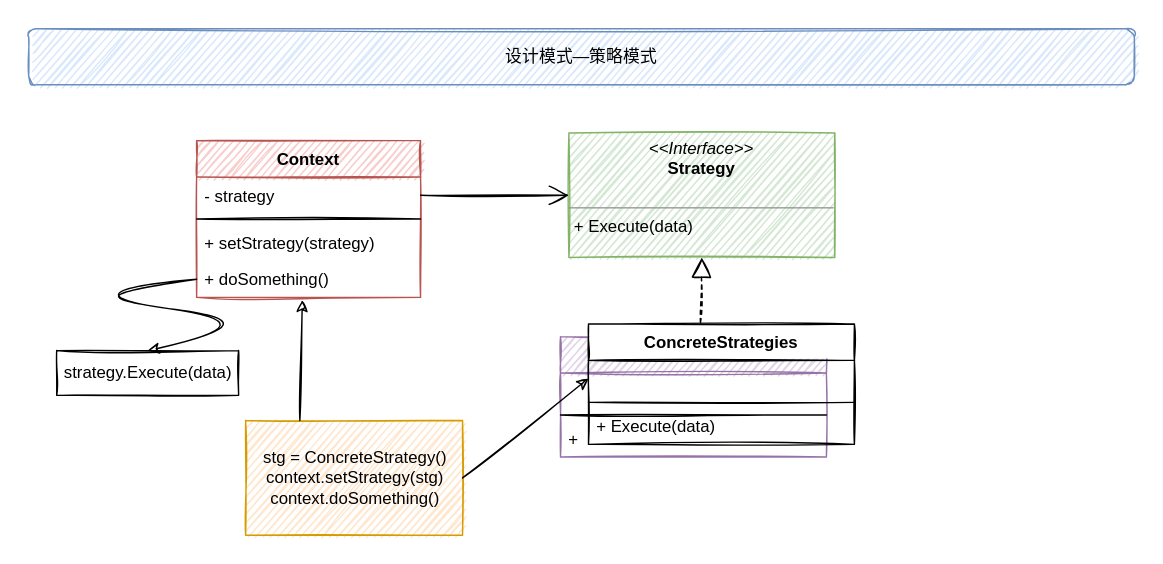
Earlier version of the draw.io export 14-设计模式/images/desginStrategy.svg (cd-home/Root). Source tidied: cells renumbered, new cells last; positions are measured from the earlier drawing's top-left corner, leaving out a move shared by most shapes. The source it was exported from:
```xml
<mxGraphModel>
  <root>
    <mxCell id="0" />
    <mxCell id="1" parent="0" />
    <mxCell id="2" value="设计模式—策略模式" style="rounded=1;whiteSpace=wrap;html=1;fillColor=#dae8fc;strokeColor=#6c8ebf;sketch=1;" parent="1" vertex="1">
      <mxGeometry width="790" height="40" as="geometry" />
    </mxCell>
    <mxCell id="3" value="Context" style="swimlane;fontStyle=1;align=center;verticalAlign=top;horizontal=1;startSize=26;sketch=1;fillColor=#f8cecc;strokeColor=#b85450;" parent="1" vertex="1">
      <mxGeometry x="120" y="80" width="160" height="112" as="geometry" />
    </mxCell>
    <mxCell id="4" value="- strategy" style="text;strokeColor=none;fillColor=none;align=left;verticalAlign=top;spacingLeft=4;spacingRight=4;overflow=hidden;points=[[0,0.5],[1,0.5]];portConstraint=eastwest;sketch=1;" parent="3" vertex="1">
      <mxGeometry y="26" width="160" height="26" as="geometry" />
    </mxCell>
    <mxCell id="5" style="line;strokeWidth=1;fillColor=none;align=left;verticalAlign=middle;spacingTop=-1;spacingLeft=3;spacingRight=3;labelPosition=right;sketch=1;" parent="3" vertex="1">
      <mxGeometry y="52" width="160" height="8" as="geometry" />
    </mxCell>
    <mxCell id="6" value="+ setStrategy(strategy)" style="text;strokeColor=none;fillColor=none;align=left;verticalAlign=top;spacingLeft=4;spacingRight=4;overflow=hidden;sketch=1;" parent="3" vertex="1">
      <mxGeometry y="60" width="160" height="26" as="geometry" />
    </mxCell>
    <mxCell id="7" value="+ doSomething()" style="text;strokeColor=none;fillColor=none;align=left;verticalAlign=top;spacingLeft=4;spacingRight=4;overflow=hidden;points=[[0,0.5],[1,0.5]];portConstraint=eastwest;sketch=1;" parent="3" vertex="1">
      <mxGeometry y="86" width="160" height="26" as="geometry" />
    </mxCell>
    <mxCell id="8" value="&lt;p style=&quot;margin: 0px ; margin-top: 4px ; text-align: center&quot;&gt;&lt;i&gt;&amp;lt;&amp;lt;Interface&amp;gt;&amp;gt;&lt;/i&gt;&lt;br&gt;&lt;b&gt;Strategy&lt;/b&gt;&lt;/p&gt;&lt;p style=&quot;margin: 0px ; margin-left: 4px&quot;&gt;&lt;br&gt;&lt;/p&gt;&lt;hr size=&quot;1&quot;&gt;&lt;p style=&quot;margin: 0px ; margin-left: 4px&quot;&gt;+ Execute(data)&lt;br&gt;&lt;/p&gt;" style="verticalAlign=top;align=left;overflow=fill;fontSize=12;fontFamily=Helvetica;html=1;sketch=1;fillColor=#d5e8d4;strokeColor=#82b366;" parent="1" vertex="1">
      <mxGeometry x="386" y="74.5" width="190" height="89" as="geometry" />
    </mxCell>
    <mxCell id="9" style="endArrow=open;endFill=1;endSize=12;html=1;rounded=0;exitX=1;exitY=0.5;exitDx=0;exitDy=0;entryX=0;entryY=0.5;entryDx=0;entryDy=0;sketch=1;" parent="1" edge="1" source="4" target="8">
      <mxGeometry relative="1" as="geometry" />
    </mxCell>
    <mxCell id="10" style="swimlane;fontStyle=1;align=center;verticalAlign=top;horizontal=1;startSize=26;sketch=1;fillColor=#e1d5e7;strokeColor=#9673a6;" parent="1" vertex="1">
      <mxGeometry x="380" y="220" width="190" height="86" as="geometry" />
    </mxCell>
    <mxCell id="11" value=" " style="text;strokeColor=none;fillColor=none;align=left;verticalAlign=top;spacingLeft=4;spacingRight=4;overflow=hidden;sketch=1;" parent="10" vertex="1">
      <mxGeometry y="26" width="190" height="26" as="geometry" />
    </mxCell>
    <mxCell id="12" style="line;strokeWidth=1;fillColor=none;align=left;verticalAlign=middle;spacingTop=-1;spacingLeft=3;spacingRight=3;labelPosition=right;sketch=1;" parent="10" vertex="1">
      <mxGeometry y="52" width="190" height="8" as="geometry" />
    </mxCell>
    <mxCell id="13" value="+ " style="text;strokeColor=none;fillColor=none;align=left;verticalAlign=top;spacingLeft=4;spacingRight=4;overflow=hidden;sketch=1;" parent="10" vertex="1">
      <mxGeometry y="60" width="190" height="26" as="geometry" />
    </mxCell>
    <mxCell id="14" value="ConcreteStrategies" style="swimlane;fontStyle=1;align=center;verticalAlign=top;horizontal=1;startSize=26;sketch=1;" parent="1" vertex="1">
      <mxGeometry x="400" y="211" width="190" height="86" as="geometry" />
    </mxCell>
    <mxCell id="15" value=" " style="text;strokeColor=none;fillColor=none;align=left;verticalAlign=top;spacingLeft=4;spacingRight=4;overflow=hidden;points=[[0,0.5],[1,0.5]];portConstraint=eastwest;sketch=1;" parent="14" vertex="1">
      <mxGeometry y="26" width="190" height="26" as="geometry" />
    </mxCell>
    <mxCell id="16" style="line;strokeWidth=1;fillColor=none;align=left;verticalAlign=middle;spacingTop=-1;spacingLeft=3;spacingRight=3;labelPosition=right;sketch=1;" parent="14" vertex="1">
      <mxGeometry y="52" width="190" height="8" as="geometry" />
    </mxCell>
    <mxCell id="17" value="+ Execute(data)" style="text;strokeColor=none;fillColor=none;align=left;verticalAlign=top;spacingLeft=4;spacingRight=4;overflow=hidden;sketch=1;" parent="14" vertex="1">
      <mxGeometry y="60" width="190" height="26" as="geometry" />
    </mxCell>
    <mxCell id="18" style="endArrow=block;dashed=1;endFill=0;endSize=12;html=1;rounded=0;entryX=0.5;entryY=1;entryDx=0;entryDy=0;sketch=1;" parent="1" edge="1" target="8">
      <mxGeometry relative="1" as="geometry">
        <mxPoint x="480" y="210" as="sourcePoint" />
      </mxGeometry>
    </mxCell>
    <mxCell id="19" value="stg = ConcreteStrategy()&lt;br&gt;context.setStrategy(stg)&lt;br&gt;context.doSomething()" style="html=1;sketch=1;fillColor=#ffe6cc;strokeColor=#d79b00;" parent="1" vertex="1">
      <mxGeometry x="155" y="280" width="155" height="82" as="geometry" />
    </mxCell>
    <mxCell id="20" value="strategy.Execute(data)" style="html=1;sketch=1;" parent="1" vertex="1">
      <mxGeometry x="20" y="230" width="130" height="32" as="geometry" />
    </mxCell>
    <mxCell id="21" style="curved=1;endArrow=classic;html=1;rounded=0;exitX=0;exitY=0.5;exitDx=0;exitDy=0;entryX=0.5;entryY=0;entryDx=0;entryDy=0;sketch=1;" parent="1" edge="1" source="7" target="20">
      <mxGeometry relative="1" as="geometry">
        <Array as="points">
          <mxPoint x="20" y="190" />
          <mxPoint x="180" y="210" />
        </Array>
      </mxGeometry>
    </mxCell>
    <mxCell id="22" style="endArrow=classic;html=1;rounded=0;exitX=0.25;exitY=0;exitDx=0;exitDy=0;entryX=0.472;entryY=1.077;entryDx=0;entryDy=0;entryPerimeter=0;sketch=1;" parent="1" edge="1" source="19" target="7">
      <mxGeometry relative="1" as="geometry" />
    </mxCell>
    <mxCell id="23" style="endArrow=classic;html=1;rounded=0;exitX=1;exitY=0.5;exitDx=0;exitDy=0;entryX=0;entryY=0.5;entryDx=0;entryDy=0;sketch=1;" parent="1" edge="1" source="19" target="15">
      <mxGeometry relative="1" as="geometry" />
    </mxCell>
  </root>
</mxGraphModel>
```
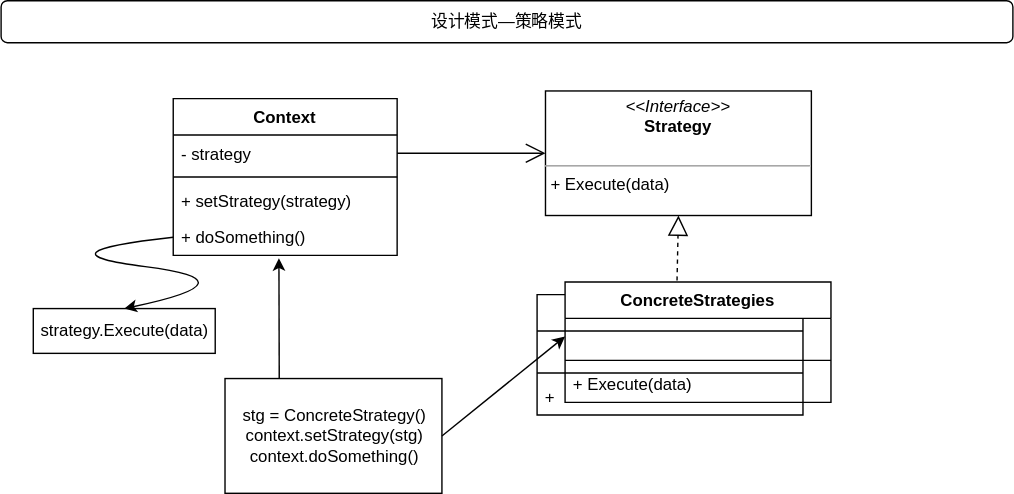
The same diagram one commit later.

Commit message:
😀🌴⭐🌎☀️🌈🌽: Design Strategy Update

What changed in the source:
```diff
@@ -2,66 +2,66 @@
   <root>
     <mxCell id="0" />
     <mxCell id="1" parent="0" />
-    <mxCell id="2" value="设计模式—策略模式" style="rounded=1;whiteSpace=wrap;html=1;fillColor=#dae8fc;strokeColor=#6c8ebf;sketch=1;" parent="1" vertex="1">
-      <mxGeometry width="790" height="40" as="geometry" />
+    <mxCell id="2" value="设计模式—策略模式" style="rounded=1;whiteSpace=wrap;html=1;" parent="1" vertex="1">
+      <mxGeometry x="-3" y="10" width="723" height="30" as="geometry" />
     </mxCell>
-    <mxCell id="3" value="Context" style="swimlane;fontStyle=1;align=center;verticalAlign=top;horizontal=1;startSize=26;sketch=1;fillColor=#f8cecc;strokeColor=#b85450;" parent="1" vertex="1">
+    <mxCell id="3" value="Context" style="swimlane;fontStyle=1;align=center;verticalAlign=top;horizontal=1;startSize=26;" parent="1" vertex="1">
       <mxGeometry x="120" y="80" width="160" height="112" as="geometry" />
     </mxCell>
-    <mxCell id="4" value="- strategy" style="text;strokeColor=none;fillColor=none;align=left;verticalAlign=top;spacingLeft=4;spacingRight=4;overflow=hidden;points=[[0,0.5],[1,0.5]];portConstraint=eastwest;sketch=1;" parent="3" vertex="1">
+    <mxCell id="4" value="- strategy" style="text;align=left;verticalAlign=top;spacingLeft=4;spacingRight=4;overflow=hidden;points=[[0,0.5],[1,0.5]];portConstraint=eastwest;" parent="3" vertex="1">
       <mxGeometry y="26" width="160" height="26" as="geometry" />
     </mxCell>
-    <mxCell id="5" style="line;strokeWidth=1;fillColor=none;align=left;verticalAlign=middle;spacingTop=-1;spacingLeft=3;spacingRight=3;labelPosition=right;sketch=1;" parent="3" vertex="1">
+    <mxCell id="5" style="line;strokeWidth=1;fillColor=none;align=left;verticalAlign=middle;spacingTop=-1;spacingLeft=3;spacingRight=3;labelPosition=right;" parent="3" vertex="1">
       <mxGeometry y="52" width="160" height="8" as="geometry" />
     </mxCell>
-    <mxCell id="6" value="+ setStrategy(strategy)" style="text;strokeColor=none;fillColor=none;align=left;verticalAlign=top;spacingLeft=4;spacingRight=4;overflow=hidden;sketch=1;" parent="3" vertex="1">
+    <mxCell id="6" value="+ setStrategy(strategy)" style="text;strokeColor=none;fillColor=none;align=left;verticalAlign=top;spacingLeft=4;spacingRight=4;overflow=hidden;" parent="3" vertex="1">
       <mxGeometry y="60" width="160" height="26" as="geometry" />
     </mxCell>
-    <mxCell id="7" value="+ doSomething()" style="text;strokeColor=none;fillColor=none;align=left;verticalAlign=top;spacingLeft=4;spacingRight=4;overflow=hidden;points=[[0,0.5],[1,0.5]];portConstraint=eastwest;sketch=1;" parent="3" vertex="1">
+    <mxCell id="7" value="+ doSomething()" style="text;strokeColor=none;fillColor=none;align=left;verticalAlign=top;spacingLeft=4;spacingRight=4;overflow=hidden;points=[[0,0.5],[1,0.5]];portConstraint=eastwest;" parent="3" vertex="1">
       <mxGeometry y="86" width="160" height="26" as="geometry" />
     </mxCell>
-    <mxCell id="8" value="&lt;p style=&quot;margin: 0px ; margin-top: 4px ; text-align: center&quot;&gt;&lt;i&gt;&amp;lt;&amp;lt;Interface&amp;gt;&amp;gt;&lt;/i&gt;&lt;br&gt;&lt;b&gt;Strategy&lt;/b&gt;&lt;/p&gt;&lt;p style=&quot;margin: 0px ; margin-left: 4px&quot;&gt;&lt;br&gt;&lt;/p&gt;&lt;hr size=&quot;1&quot;&gt;&lt;p style=&quot;margin: 0px ; margin-left: 4px&quot;&gt;+ Execute(data)&lt;br&gt;&lt;/p&gt;" style="verticalAlign=top;align=left;overflow=fill;fontSize=12;fontFamily=Helvetica;html=1;sketch=1;fillColor=#d5e8d4;strokeColor=#82b366;" parent="1" vertex="1">
+    <mxCell id="8" value="&lt;p style=&quot;margin: 0px ; margin-top: 4px ; text-align: center&quot;&gt;&lt;i&gt;&amp;lt;&amp;lt;Interface&amp;gt;&amp;gt;&lt;/i&gt;&lt;br&gt;&lt;b&gt;Strategy&lt;/b&gt;&lt;/p&gt;&lt;p style=&quot;margin: 0px ; margin-left: 4px&quot;&gt;&lt;br&gt;&lt;/p&gt;&lt;hr size=&quot;1&quot;&gt;&lt;p style=&quot;margin: 0px ; margin-left: 4px&quot;&gt;+ Execute(data)&lt;br&gt;&lt;/p&gt;" style="verticalAlign=top;align=left;overflow=fill;fontSize=12;fontFamily=Helvetica;html=1;" parent="1" vertex="1">
       <mxGeometry x="386" y="74.5" width="190" height="89" as="geometry" />
     </mxCell>
-    <mxCell id="9" style="endArrow=open;endFill=1;endSize=12;html=1;rounded=0;exitX=1;exitY=0.5;exitDx=0;exitDy=0;entryX=0;entryY=0.5;entryDx=0;entryDy=0;sketch=1;" parent="1" edge="1" source="4" target="8">
+    <mxCell id="9" style="endArrow=open;endFill=1;endSize=12;html=1;rounded=0;exitX=1;exitY=0.5;exitDx=0;exitDy=0;entryX=0;entryY=0.5;entryDx=0;entryDy=0;" parent="1" edge="1" source="4" target="8">
       <mxGeometry relative="1" as="geometry" />
     </mxCell>
-    <mxCell id="10" style="swimlane;fontStyle=1;align=center;verticalAlign=top;horizontal=1;startSize=26;sketch=1;fillColor=#e1d5e7;strokeColor=#9673a6;" parent="1" vertex="1">
+    <mxCell id="10" style="swimlane;fontStyle=1;align=center;verticalAlign=top;horizontal=1;startSize=26;" parent="1" vertex="1">
       <mxGeometry x="380" y="220" width="190" height="86" as="geometry" />
     </mxCell>
-    <mxCell id="11" value=" " style="text;strokeColor=none;fillColor=none;align=left;verticalAlign=top;spacingLeft=4;spacingRight=4;overflow=hidden;sketch=1;" parent="10" vertex="1">
+    <mxCell id="11" value=" " style="text;strokeColor=none;fillColor=none;align=left;verticalAlign=top;spacingLeft=4;spacingRight=4;overflow=hidden;" parent="10" vertex="1">
       <mxGeometry y="26" width="190" height="26" as="geometry" />
     </mxCell>
-    <mxCell id="12" style="line;strokeWidth=1;fillColor=none;align=left;verticalAlign=middle;spacingTop=-1;spacingLeft=3;spacingRight=3;labelPosition=right;sketch=1;" parent="10" vertex="1">
+    <mxCell id="12" style="line;strokeWidth=1;fillColor=none;align=left;verticalAlign=middle;spacingTop=-1;spacingLeft=3;spacingRight=3;labelPosition=right;" parent="10" vertex="1">
       <mxGeometry y="52" width="190" height="8" as="geometry" />
     </mxCell>
-    <mxCell id="13" value="+ " style="text;strokeColor=none;fillColor=none;align=left;verticalAlign=top;spacingLeft=4;spacingRight=4;overflow=hidden;sketch=1;" parent="10" vertex="1">
+    <mxCell id="13" value="+ " style="text;strokeColor=none;fillColor=none;align=left;verticalAlign=top;spacingLeft=4;spacingRight=4;overflow=hidden;" parent="10" vertex="1">
       <mxGeometry y="60" width="190" height="26" as="geometry" />
     </mxCell>
-    <mxCell id="14" value="ConcreteStrategies" style="swimlane;fontStyle=1;align=center;verticalAlign=top;horizontal=1;startSize=26;sketch=1;" parent="1" vertex="1">
+    <mxCell id="14" value="ConcreteStrategies" style="swimlane;fontStyle=1;align=center;verticalAlign=top;horizontal=1;startSize=26;" parent="1" vertex="1">
       <mxGeometry x="400" y="211" width="190" height="86" as="geometry" />
     </mxCell>
-    <mxCell id="15" value=" " style="text;strokeColor=none;fillColor=none;align=left;verticalAlign=top;spacingLeft=4;spacingRight=4;overflow=hidden;points=[[0,0.5],[1,0.5]];portConstraint=eastwest;sketch=1;" parent="14" vertex="1">
+    <mxCell id="15" value=" " style="text;strokeColor=none;fillColor=none;align=left;verticalAlign=top;spacingLeft=4;spacingRight=4;overflow=hidden;points=[[0,0.5],[1,0.5]];portConstraint=eastwest;" parent="14" vertex="1">
       <mxGeometry y="26" width="190" height="26" as="geometry" />
     </mxCell>
-    <mxCell id="16" style="line;strokeWidth=1;fillColor=none;align=left;verticalAlign=middle;spacingTop=-1;spacingLeft=3;spacingRight=3;labelPosition=right;sketch=1;" parent="14" vertex="1">
+    <mxCell id="16" style="line;strokeWidth=1;fillColor=none;align=left;verticalAlign=middle;spacingTop=-1;spacingLeft=3;spacingRight=3;labelPosition=right;" parent="14" vertex="1">
       <mxGeometry y="52" width="190" height="8" as="geometry" />
     </mxCell>
-    <mxCell id="17" value="+ Execute(data)" style="text;strokeColor=none;fillColor=none;align=left;verticalAlign=top;spacingLeft=4;spacingRight=4;overflow=hidden;sketch=1;" parent="14" vertex="1">
+    <mxCell id="17" value="+ Execute(data)" style="text;strokeColor=none;fillColor=none;align=left;verticalAlign=top;spacingLeft=4;spacingRight=4;overflow=hidden;" parent="14" vertex="1">
       <mxGeometry y="60" width="190" height="26" as="geometry" />
     </mxCell>
-    <mxCell id="18" style="endArrow=block;dashed=1;endFill=0;endSize=12;html=1;rounded=0;entryX=0.5;entryY=1;entryDx=0;entryDy=0;sketch=1;" parent="1" edge="1" target="8">
+    <mxCell id="18" style="endArrow=block;dashed=1;endFill=0;endSize=12;html=1;rounded=0;entryX=0.5;entryY=1;entryDx=0;entryDy=0;" parent="1" edge="1" target="8">
       <mxGeometry relative="1" as="geometry">
         <mxPoint x="480" y="210" as="sourcePoint" />
       </mxGeometry>
     </mxCell>
-    <mxCell id="19" value="stg = ConcreteStrategy()&lt;br&gt;context.setStrategy(stg)&lt;br&gt;context.doSomething()" style="html=1;sketch=1;fillColor=#ffe6cc;strokeColor=#d79b00;" parent="1" vertex="1">
-      <mxGeometry x="155" y="280" width="155" height="82" as="geometry" />
+    <mxCell id="19" value="stg = ConcreteStrategy()&lt;br&gt;context.setStrategy(stg)&lt;br&gt;context.doSomething()" style="html=1;" parent="1" vertex="1">
+      <mxGeometry x="157" y="280" width="155" height="82" as="geometry" />
     </mxCell>
-    <mxCell id="20" value="strategy.Execute(data)" style="html=1;sketch=1;" parent="1" vertex="1">
+    <mxCell id="20" value="strategy.Execute(data)" style="html=1;" parent="1" vertex="1">
       <mxGeometry x="20" y="230" width="130" height="32" as="geometry" />
     </mxCell>
-    <mxCell id="21" style="curved=1;endArrow=classic;html=1;rounded=0;exitX=0;exitY=0.5;exitDx=0;exitDy=0;entryX=0.5;entryY=0;entryDx=0;entryDy=0;sketch=1;" parent="1" edge="1" source="7" target="20">
+    <mxCell id="21" style="curved=1;endArrow=classic;html=1;rounded=0;exitX=0;exitY=0.5;exitDx=0;exitDy=0;entryX=0.5;entryY=0;entryDx=0;entryDy=0;" parent="1" edge="1" source="7" target="20">
       <mxGeometry relative="1" as="geometry">
         <Array as="points">
           <mxPoint x="20" y="190" />
@@ -69,10 +69,10 @@
         </Array>
       </mxGeometry>
     </mxCell>
-    <mxCell id="22" style="endArrow=classic;html=1;rounded=0;exitX=0.25;exitY=0;exitDx=0;exitDy=0;entryX=0.472;entryY=1.077;entryDx=0;entryDy=0;entryPerimeter=0;sketch=1;" parent="1" edge="1" source="19" target="7">
+    <mxCell id="22" style="endArrow=classic;html=1;rounded=0;exitX=0.25;exitY=0;exitDx=0;exitDy=0;entryX=0.472;entryY=1.077;entryDx=0;entryDy=0;entryPerimeter=0;" parent="1" edge="1" source="19" target="7">
       <mxGeometry relative="1" as="geometry" />
     </mxCell>
-    <mxCell id="23" style="endArrow=classic;html=1;rounded=0;exitX=1;exitY=0.5;exitDx=0;exitDy=0;entryX=0;entryY=0.5;entryDx=0;entryDy=0;sketch=1;" parent="1" edge="1" source="19" target="15">
+    <mxCell id="23" style="endArrow=classic;html=1;rounded=0;exitX=1;exitY=0.5;exitDx=0;exitDy=0;entryX=0;entryY=0.5;entryDx=0;entryDy=0;" parent="1" edge="1" source="19" target="15">
       <mxGeometry relative="1" as="geometry" />
     </mxCell>
   </root>
```
